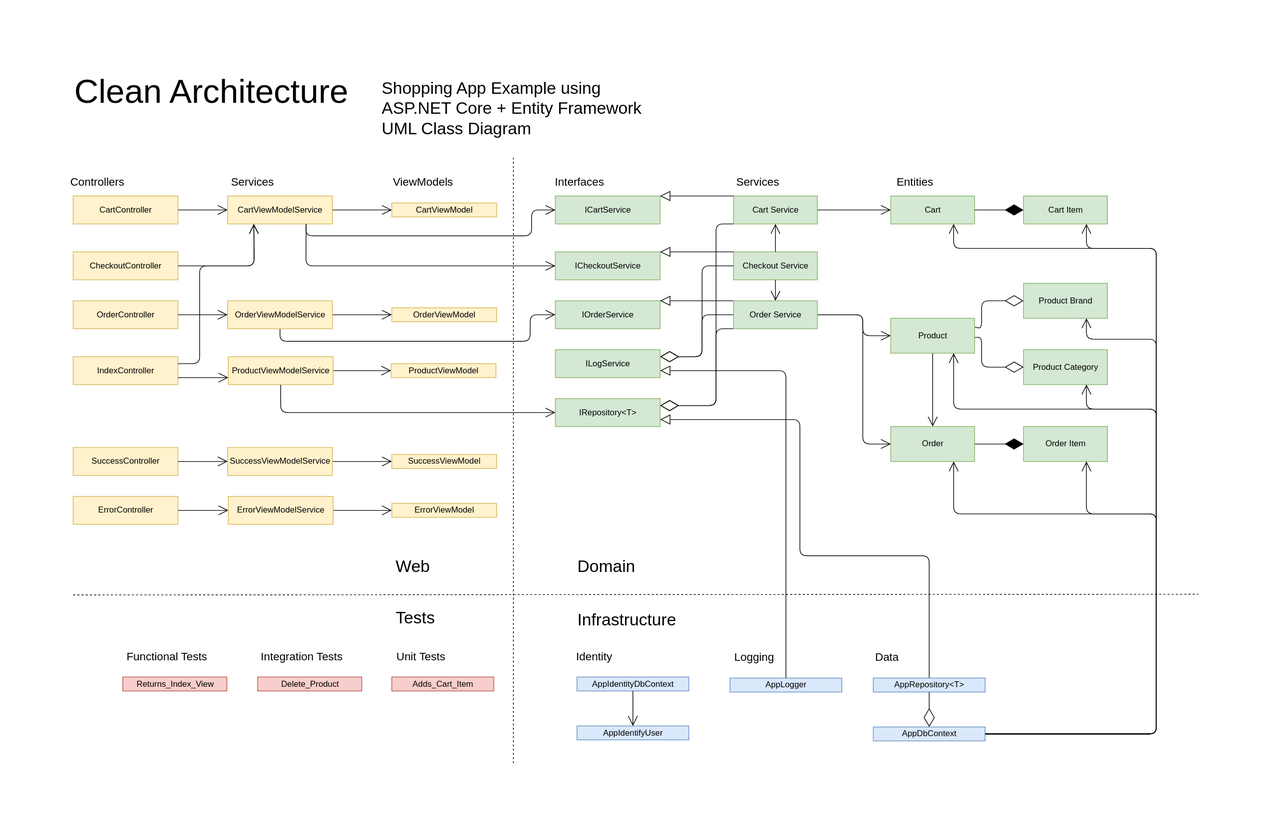
Before: Clean_Architecture_Designs/Shopping_v3.drawio.svg, a diagram exported from draw.io (kdaquila/WoodworkingShop). Source tidied: cells renumbered, new cells last; positions are measured from the earlier drawing's top-left corner, leaving out a move shared by most shapes.
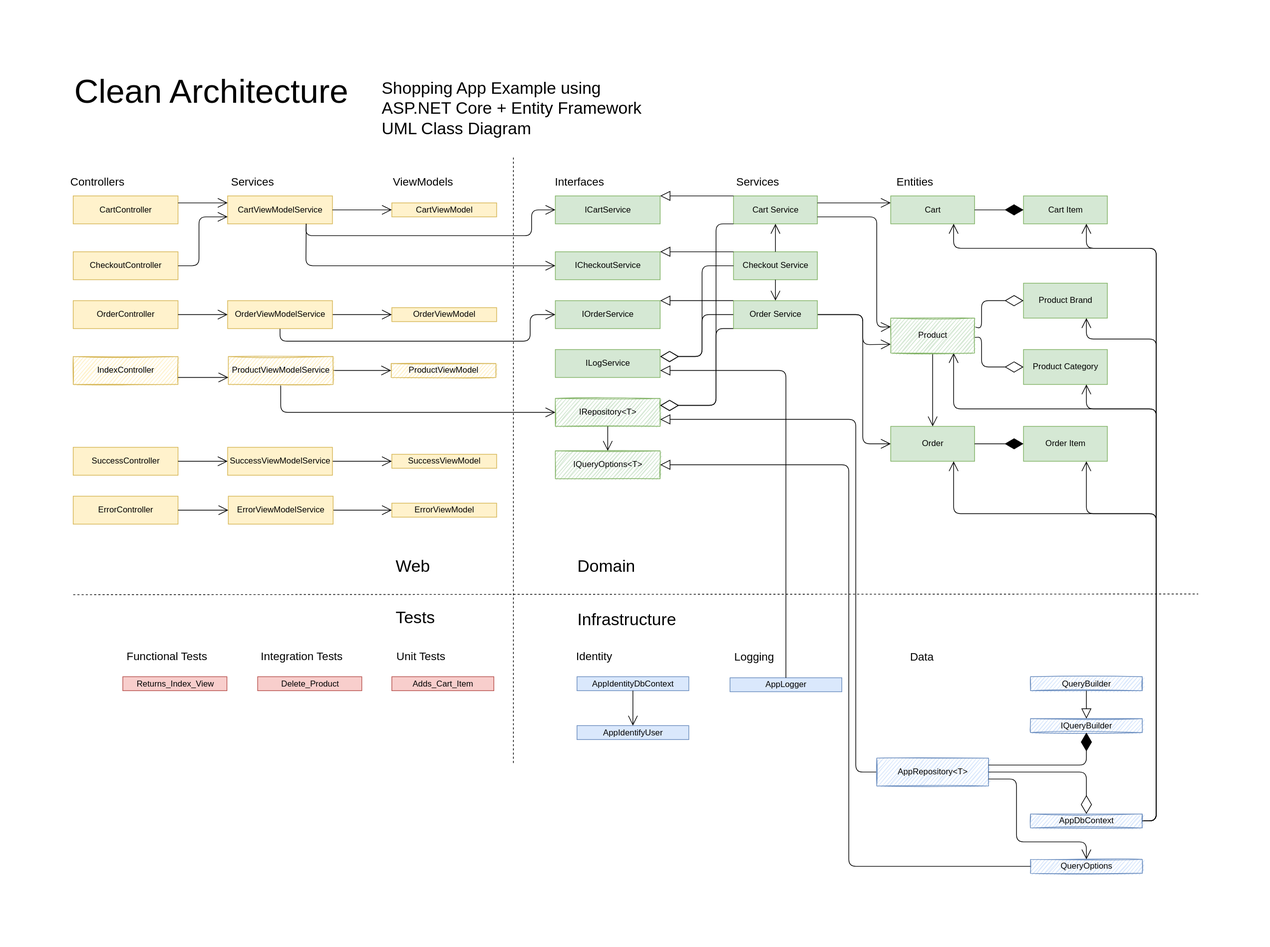
The same file after the commit.

Change to the diagram source:
```diff
@@ -48,7 +48,7 @@
     <mxCell id="13" value="Checkout Service" style="html=1;fillColor=#d5e8d4;strokeColor=#82b366;" parent="1" vertex="1">
       <mxGeometry x="945" y="260" width="120" height="40" as="geometry" />
     </mxCell>
-    <mxCell id="14" value="IRepository&amp;lt;T&amp;gt;" style="html=1;fillColor=#d5e8d4;strokeColor=#82b366;" parent="1" vertex="1">
+    <mxCell id="14" value="IRepository&amp;lt;T&amp;gt;" style="html=1;fillColor=#d5e8d4;strokeColor=#82b366;glass=0;rounded=0;sketch=1;" parent="1" vertex="1">
       <mxGeometry x="690" y="470" width="150" height="40" as="geometry" />
     </mxCell>
     <mxCell id="15" value="ICartService" style="html=1;fillColor=#d5e8d4;strokeColor=#82b366;" parent="1" vertex="1">
@@ -93,7 +93,7 @@
         </Array>
       </mxGeometry>
     </mxCell>
-    <mxCell id="25" style="endArrow=open;endFill=1;endSize=12;html=1;exitX=1;exitY=0.5;exitDx=0;exitDy=0;entryX=0;entryY=0.5;entryDx=0;entryDy=0;" parent="1" edge="1" source="12" target="2">
+    <mxCell id="25" style="endArrow=open;endFill=1;endSize=12;html=1;exitX=1;exitY=0.25;exitDx=0;exitDy=0;entryX=0;entryY=0.25;entryDx=0;entryDy=0;" parent="1" edge="1" source="12" target="2">
       <mxGeometry relative="1" as="geometry" />
     </mxCell>
     <mxCell id="26" style="endArrow=open;endFill=1;endSize=12;html=1;exitX=1;exitY=0.5;exitDx=0;exitDy=0;entryX=0;entryY=0.5;entryDx=0;entryDy=0;" parent="1" edge="1" source="57" target="4">
@@ -104,18 +104,18 @@
         </Array>
       </mxGeometry>
     </mxCell>
-    <mxCell id="27" style="endArrow=open;endFill=1;endSize=12;html=1;entryX=0;entryY=0.5;entryDx=0;entryDy=0;exitX=1;exitY=0.5;exitDx=0;exitDy=0;" parent="1" edge="1" source="57" target="56">
+    <mxCell id="27" style="endArrow=open;endFill=1;endSize=12;html=1;entryX=0;entryY=0.75;entryDx=0;entryDy=0;exitX=1;exitY=0.5;exitDx=0;exitDy=0;" parent="1" edge="1" source="57" target="56">
       <mxGeometry relative="1" as="geometry">
         <Array as="points">
           <mxPoint x="1130" y="350" />
-          <mxPoint x="1130" y="380" />
+          <mxPoint x="1130" y="393" />
         </Array>
       </mxGeometry>
     </mxCell>
     <mxCell id="28" style="endArrow=open;endFill=1;endSize=12;html=1;exitX=1;exitY=0.5;exitDx=0;exitDy=0;entryX=0.75;entryY=1;entryDx=0;entryDy=0;" parent="1" edge="1" source="40" target="2">
       <mxGeometry relative="1" as="geometry">
         <Array as="points">
-          <mxPoint x="1550" y="950" />
+          <mxPoint x="1550" y="1075" />
           <mxPoint x="1550" y="255" />
           <mxPoint x="1260" y="255" />
         </Array>
@@ -127,7 +127,7 @@
     <mxCell id="30" style="endArrow=open;endFill=1;endSize=12;html=1;exitX=1;exitY=0.5;exitDx=0;exitDy=0;entryX=0.75;entryY=1;entryDx=0;entryDy=0;" parent="1" edge="1" source="40" target="5">
       <mxGeometry relative="1" as="geometry">
         <Array as="points">
-          <mxPoint x="1550" y="950" />
+          <mxPoint x="1550" y="1075" />
           <mxPoint x="1550" y="635" />
           <mxPoint x="1450" y="635" />
         </Array>
@@ -136,7 +136,7 @@
     <mxCell id="31" style="endArrow=open;endFill=1;endSize=12;html=1;exitX=1;exitY=0.5;exitDx=0;exitDy=0;entryX=0.75;entryY=1;entryDx=0;entryDy=0;" parent="1" edge="1" source="40" target="7">
       <mxGeometry relative="1" as="geometry">
         <Array as="points">
-          <mxPoint x="1550" y="950" />
+          <mxPoint x="1550" y="1075" />
           <mxPoint x="1550" y="485" />
           <mxPoint x="1450" y="485" />
         </Array>
@@ -145,7 +145,7 @@
     <mxCell id="32" style="endArrow=open;endFill=1;endSize=12;html=1;exitX=1;exitY=0.5;exitDx=0;exitDy=0;entryX=0.75;entryY=1;entryDx=0;entryDy=0;" parent="1" edge="1" source="40" target="6">
       <mxGeometry relative="1" as="geometry">
         <Array as="points">
-          <mxPoint x="1550" y="950" />
+          <mxPoint x="1550" y="1075" />
           <mxPoint x="1550" y="385" />
           <mxPoint x="1450" y="385" />
         </Array>
@@ -154,7 +154,7 @@
     <mxCell id="33" style="endArrow=open;endFill=1;endSize=12;html=1;exitX=1;exitY=0.5;exitDx=0;exitDy=0;entryX=0.75;entryY=1;entryDx=0;entryDy=0;" parent="1" edge="1" source="40" target="3">
       <mxGeometry relative="1" as="geometry">
         <Array as="points">
-          <mxPoint x="1550" y="950" />
+          <mxPoint x="1550" y="1075" />
           <mxPoint x="1550" y="255" />
           <mxPoint x="1450" y="255" />
         </Array>
@@ -181,23 +181,26 @@
     <mxCell id="39" value="Infrastructure" style="text;html=1;strokeColor=none;fillColor=none;align=left;verticalAlign=middle;whiteSpace=wrap;rounded=0;fontSize=24;rotation=0;" parent="1" vertex="1">
       <mxGeometry x="720" y="772" width="240" height="30" as="geometry" />
     </mxCell>
-    <mxCell id="40" value="AppDbContext" style="html=1;fillColor=#dae8fc;strokeColor=#6c8ebf;" parent="1" vertex="1">
-      <mxGeometry x="1145" y="940" width="160" height="20" as="geometry" />
+    <mxCell id="40" value="AppDbContext" style="html=1;fillColor=#dae8fc;strokeColor=#6c8ebf;sketch=1;" parent="1" vertex="1">
+      <mxGeometry x="1370" y="1065" width="160" height="20" as="geometry" />
     </mxCell>
-    <mxCell id="41" style="endArrow=block;endFill=0;endSize=12;html=1;entryX=1;entryY=0.75;entryDx=0;entryDy=0;exitX=0.5;exitY=0;exitDx=0;exitDy=0;" parent="1" edge="1" source="42" target="14">
+    <mxCell id="41" style="endArrow=block;endFill=0;endSize=12;html=1;entryX=1;entryY=0.75;entryDx=0;entryDy=0;exitX=0;exitY=0.5;exitDx=0;exitDy=0;" parent="1" edge="1" source="42" target="14">
       <mxGeometry relative="1" as="geometry">
         <Array as="points">
-          <mxPoint x="1225" y="695" />
-          <mxPoint x="1040" y="695" />
-          <mxPoint x="1040" y="500" />
+          <mxPoint x="1120" y="1005" />
+          <mxPoint x="1120" y="500" />
         </Array>
       </mxGeometry>
     </mxCell>
-    <mxCell id="42" value="AppRepository&amp;lt;T&amp;gt;" style="html=1;fillColor=#dae8fc;strokeColor=#6c8ebf;" parent="1" vertex="1">
-      <mxGeometry x="1145" y="870" width="160" height="20" as="geometry" />
+    <mxCell id="42" value="AppRepository&amp;lt;T&amp;gt;" style="html=1;fillColor=#dae8fc;strokeColor=#6c8ebf;sketch=1;" parent="1" vertex="1">
+      <mxGeometry x="1150" y="985" width="160" height="40" as="geometry" />
     </mxCell>
-    <mxCell id="43" style="endArrow=diamondThin;endFill=0;endSize=24;html=1;entryX=0.5;entryY=0;entryDx=0;entryDy=0;exitX=0.5;exitY=1;exitDx=0;exitDy=0;" parent="1" edge="1" source="42" target="40">
-      <mxGeometry relative="1" as="geometry" />
+    <mxCell id="43" style="endArrow=diamondThin;endFill=0;endSize=24;html=1;entryX=0.5;entryY=0;entryDx=0;entryDy=0;exitX=1;exitY=0.5;exitDx=0;exitDy=0;" parent="1" edge="1" source="42" target="40">
+      <mxGeometry relative="1" as="geometry">
+        <Array as="points">
+          <mxPoint x="1450" y="1005" />
+        </Array>
+      </mxGeometry>
     </mxCell>
     <mxCell id="44" value="AppIdentityDbContext" style="html=1;fillColor=#dae8fc;strokeColor=#6c8ebf;" parent="1" vertex="1">
       <mxGeometry x="721" y="868.5" width="160" height="20" as="geometry" />
@@ -242,7 +245,7 @@
       <mxGeometry x="711" y="828.5" width="70" height="20" as="geometry" />
     </mxCell>
     <mxCell id="53" value="Data" style="text;html=1;strokeColor=none;fillColor=none;align=center;verticalAlign=middle;whiteSpace=wrap;rounded=0;fontSize=16;rotation=0;" parent="1" vertex="1">
-      <mxGeometry x="1130" y="830" width="70" height="20" as="geometry" />
+      <mxGeometry x="1180" y="830" width="70" height="20" as="geometry" />
     </mxCell>
     <mxCell id="54" value="Logging" style="text;html=1;strokeColor=none;fillColor=none;align=center;verticalAlign=middle;whiteSpace=wrap;rounded=0;fontSize=16;rotation=0;" parent="1" vertex="1">
       <mxGeometry x="940" y="830" width="70" height="20" as="geometry" />
@@ -250,13 +253,13 @@
     <mxCell id="55" style="endArrow=open;endFill=1;endSize=12;html=1;exitX=1;exitY=0.5;exitDx=0;exitDy=0;entryX=0.75;entryY=1;entryDx=0;entryDy=0;" parent="1" edge="1" source="40" target="56">
       <mxGeometry relative="1" as="geometry">
         <Array as="points">
-          <mxPoint x="1550" y="950" />
+          <mxPoint x="1550" y="1075" />
           <mxPoint x="1550" y="485" />
           <mxPoint x="1260" y="485" />
         </Array>
       </mxGeometry>
     </mxCell>
-    <mxCell id="56" value="Product" style="html=1;fillColor=#d5e8d4;strokeColor=#82b366;" parent="1" vertex="1">
+    <mxCell id="56" value="Product" style="html=1;strokeColor=#82b366;fillColor=#d5e8d4;glass=0;rounded=0;sketch=1;" parent="1" vertex="1">
       <mxGeometry x="1170" y="355" width="120" height="50" as="geometry" />
     </mxCell>
     <mxCell id="57" value="Order Service" style="html=1;fillColor=#d5e8d4;strokeColor=#82b366;" parent="1" vertex="1">
@@ -265,7 +268,7 @@
     <mxCell id="58" style="endArrow=open;endFill=1;endSize=12;html=1;exitX=1;exitY=0.5;exitDx=0;exitDy=0;entryX=0.75;entryY=1;entryDx=0;entryDy=0;" parent="1" edge="1" source="40" target="4">
       <mxGeometry relative="1" as="geometry">
         <Array as="points">
-          <mxPoint x="1550" y="950" />
+          <mxPoint x="1550" y="1075" />
           <mxPoint x="1550" y="635" />
           <mxPoint x="1260" y="635" />
         </Array>
@@ -292,7 +295,7 @@
     <mxCell id="64" value="ViewModels" style="text;html=1;strokeColor=none;fillColor=none;align=center;verticalAlign=middle;whiteSpace=wrap;rounded=0;fontSize=16;rotation=0;" parent="1" vertex="1">
       <mxGeometry x="466" y="150" width="70" height="20" as="geometry" />
     </mxCell>
-    <mxCell id="65" value="IndexController" style="html=1;fillColor=#fff2cc;strokeColor=#d6b656;" parent="1" vertex="1">
+    <mxCell id="65" value="IndexController" style="html=1;fillColor=#fff2cc;strokeColor=#d6b656;sketch=1;" parent="1" vertex="1">
       <mxGeometry y="410" width="150" height="40" as="geometry" />
     </mxCell>
     <mxCell id="66" value="OrderController" style="html=1;fillColor=#fff2cc;strokeColor=#d6b656;" parent="1" vertex="1">
@@ -316,21 +319,12 @@
     <mxCell id="72" value="OrderViewModel" style="html=1;fillColor=#fff2cc;strokeColor=#d6b656;" parent="1" vertex="1">
       <mxGeometry x="456" y="340" width="150" height="20" as="geometry" />
     </mxCell>
-    <mxCell id="73" value="ProductViewModel" style="html=1;fillColor=#fff2cc;strokeColor=#d6b656;" parent="1" vertex="1">
+    <mxCell id="73" value="ProductViewModel" style="html=1;fillColor=#fff2cc;strokeColor=#d6b656;sketch=1;" parent="1" vertex="1">
       <mxGeometry x="455" y="420" width="150" height="20" as="geometry" />
     </mxCell>
     <mxCell id="74" value="CartViewModelService" style="html=1;fillColor=#fff2cc;strokeColor=#d6b656;" parent="1" vertex="1">
       <mxGeometry x="221" y="180" width="150" height="40" as="geometry" />
     </mxCell>
-    <mxCell id="75" style="endArrow=open;endFill=1;endSize=12;html=1;fontSize=24;entryX=0.25;entryY=1;entryDx=0;entryDy=0;exitX=1;exitY=0.25;exitDx=0;exitDy=0;" parent="1" edge="1" source="65" target="74">
-      <mxGeometry relative="1" as="geometry">
-        <Array as="points">
-          <mxPoint x="181" y="420" />
-          <mxPoint x="181" y="280" />
-          <mxPoint x="259" y="280" />
-        </Array>
-      </mxGeometry>
-    </mxCell>
     <mxCell id="76" style="endArrow=open;endFill=1;endSize=12;html=1;fontSize=24;exitX=1;exitY=0.5;exitDx=0;exitDy=0;entryX=0;entryY=0.5;entryDx=0;entryDy=0;" parent="1" edge="1" source="74" target="71">
       <mxGeometry relative="1" as="geometry" />
     </mxCell>
@@ -372,20 +366,21 @@
     <mxCell id="82" style="endArrow=open;endFill=1;endSize=12;html=1;fontSize=24;entryX=0;entryY=0.5;entryDx=0;entryDy=0;exitX=1;exitY=0.5;exitDx=0;exitDy=0;" parent="1" edge="1" source="86" target="73">
       <mxGeometry relative="1" as="geometry" />
     </mxCell>
-    <mxCell id="83" style="endArrow=open;endFill=1;endSize=12;html=1;fontSize=24;entryX=0;entryY=0.5;entryDx=0;entryDy=0;exitX=1;exitY=0.5;exitDx=0;exitDy=0;" parent="1" edge="1" source="67" target="74">
+    <mxCell id="83" style="endArrow=open;endFill=1;endSize=12;html=1;fontSize=24;entryX=0;entryY=0.25;entryDx=0;entryDy=0;exitX=1;exitY=0.25;exitDx=0;exitDy=0;" parent="1" edge="1" source="67" target="74">
       <mxGeometry relative="1" as="geometry" />
     </mxCell>
-    <mxCell id="84" style="endArrow=open;endFill=1;endSize=12;html=1;fontSize=24;entryX=0.25;entryY=1;entryDx=0;entryDy=0;exitX=1;exitY=0.5;exitDx=0;exitDy=0;" parent="1" edge="1" source="68" target="74">
+    <mxCell id="84" style="endArrow=open;endFill=1;endSize=12;html=1;fontSize=24;entryX=0;entryY=0.75;entryDx=0;entryDy=0;exitX=1;exitY=0.5;exitDx=0;exitDy=0;" parent="1" edge="1" source="68" target="74">
       <mxGeometry relative="1" as="geometry">
         <Array as="points">
-          <mxPoint x="259" y="280" />
+          <mxPoint x="180" y="280" />
+          <mxPoint x="180" y="210" />
         </Array>
       </mxGeometry>
     </mxCell>
     <mxCell id="85" value="OrderViewModelService" style="html=1;fillColor=#fff2cc;strokeColor=#d6b656;" parent="1" vertex="1">
       <mxGeometry x="221" y="330" width="150" height="40" as="geometry" />
     </mxCell>
-    <mxCell id="86" value="ProductViewModelService" style="html=1;fillColor=#fff2cc;strokeColor=#d6b656;" parent="1" vertex="1">
+    <mxCell id="86" value="ProductViewModelService" style="html=1;fillColor=#fff2cc;strokeColor=#d6b656;sketch=1;" parent="1" vertex="1">
       <mxGeometry x="222" y="410" width="150" height="40" as="geometry" />
     </mxCell>
     <mxCell id="87" style="endArrow=open;endFill=1;endSize=12;html=1;fontSize=24;entryX=0;entryY=0.5;entryDx=0;entryDy=0;exitX=1;exitY=0.5;exitDx=0;exitDy=0;" parent="1" edge="1" source="66" target="85">
@@ -442,5 +437,56 @@
     <mxCell id="104" value="Returns_Index_View" style="html=1;fillColor=#f8cecc;strokeColor=#b85450;" parent="1" vertex="1">
       <mxGeometry x="71" y="868.5" width="149" height="20" as="geometry" />
     </mxCell>
+    <mxCell id="105" value="IQueryOptions&amp;lt;T&amp;gt;" style="html=1;fillColor=#d5e8d4;strokeColor=#82b366;glass=0;rounded=0;sketch=1;" parent="1" vertex="1">
+      <mxGeometry x="690" y="545" width="150" height="40" as="geometry" />
+    </mxCell>
+    <mxCell id="106" style="endArrow=open;endFill=1;endSize=12;html=1;fontSize=24;exitX=0.5;exitY=1;exitDx=0;exitDy=0;entryX=0.5;entryY=0;entryDx=0;entryDy=0;" parent="1" edge="1" source="14" target="105">
+      <mxGeometry relative="1" as="geometry" />
+    </mxCell>
+    <mxCell id="107" value="QueryOptions" style="html=1;fillColor=#dae8fc;strokeColor=#6c8ebf;sketch=1;" parent="1" vertex="1">
+      <mxGeometry x="1370" y="1130" width="160" height="20" as="geometry" />
+    </mxCell>
+    <mxCell id="108" value="IQueryBuilder" style="html=1;fillColor=#dae8fc;strokeColor=#6c8ebf;sketch=1;" parent="1" vertex="1">
+      <mxGeometry x="1370" y="928.5" width="160" height="20" as="geometry" />
+    </mxCell>
+    <mxCell id="109" value="QueryBuilder" style="html=1;fillColor=#dae8fc;strokeColor=#6c8ebf;sketch=1;" parent="1" vertex="1">
+      <mxGeometry x="1370" y="868.5" width="160" height="20" as="geometry" />
+    </mxCell>
+    <mxCell id="110" style="endArrow=block;endFill=0;endSize=12;html=1;entryX=1;entryY=0.5;entryDx=0;entryDy=0;exitX=0;exitY=0.5;exitDx=0;exitDy=0;" parent="1" edge="1" source="107" target="105">
+      <mxGeometry relative="1" as="geometry">
+        <Array as="points">
+          <mxPoint x="1110" y="1140" />
+          <mxPoint x="1110" y="565" />
+        </Array>
+      </mxGeometry>
+    </mxCell>
+    <mxCell id="111" style="endArrow=diamondThin;endFill=1;endSize=24;html=1;exitX=1;exitY=0.25;exitDx=0;exitDy=0;entryX=0.5;entryY=1;entryDx=0;entryDy=0;" parent="1" edge="1" source="42" target="108">
+      <mxGeometry relative="1" as="geometry">
+        <Array as="points">
+          <mxPoint x="1450" y="995" />
+          <mxPoint x="1450" y="975" />
+        </Array>
+      </mxGeometry>
+    </mxCell>
+    <mxCell id="112" style="endArrow=block;endFill=0;endSize=12;html=1;entryX=0.5;entryY=0;entryDx=0;entryDy=0;exitX=0.5;exitY=1;exitDx=0;exitDy=0;" parent="1" edge="1" source="109" target="108">
+      <mxGeometry relative="1" as="geometry" />
+    </mxCell>
+    <mxCell id="113" style="endArrow=open;endFill=1;endSize=12;html=1;exitX=1;exitY=0.75;exitDx=0;exitDy=0;entryX=0.5;entryY=0;entryDx=0;entryDy=0;" parent="1" edge="1" source="42" target="107">
+      <mxGeometry relative="1" as="geometry">
+        <Array as="points">
+          <mxPoint x="1350" y="1015" />
+          <mxPoint x="1350" y="1105" />
+          <mxPoint x="1450" y="1105" />
+        </Array>
+      </mxGeometry>
+    </mxCell>
+    <mxCell id="114" style="endArrow=open;endFill=1;endSize=12;html=1;exitX=1;exitY=0.75;exitDx=0;exitDy=0;entryX=0;entryY=0.25;entryDx=0;entryDy=0;" parent="1" edge="1" source="12" target="56">
+      <mxGeometry relative="1" as="geometry">
+        <Array as="points">
+          <mxPoint x="1150" y="210" />
+          <mxPoint x="1150" y="368" />
+        </Array>
+      </mxGeometry>
+    </mxCell>
   </root>
 </mxGraphModel>
```
